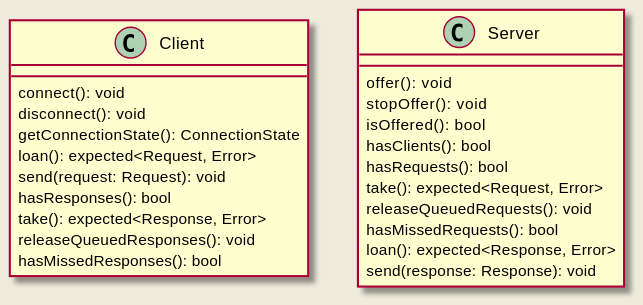
Earlier version of the PlantUML export doc/design/diagrams/request_response_typed_api.svg (eclipse-iceoryx/iceoryx). Its source is kept beside it as doc/design/diagrams/request_response_typed_api.puml.
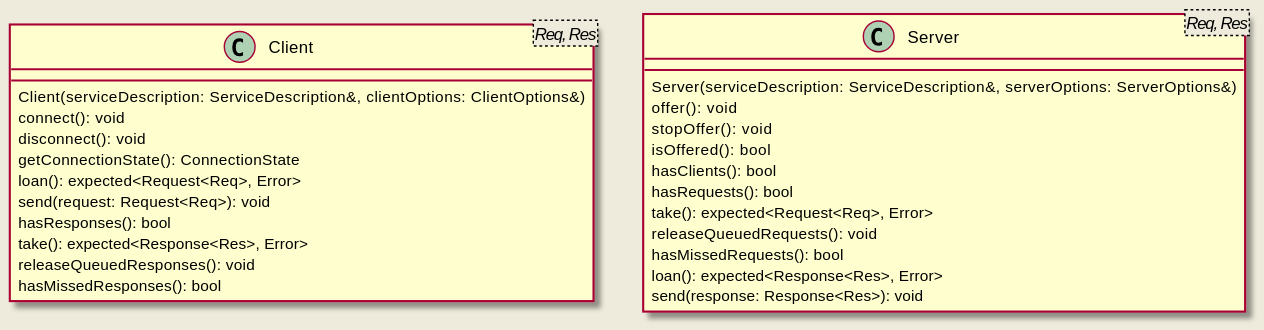
The same file after the commit.

The edit, as a diff of the source:
```diff
@@ -1,29 +1,31 @@
 @startuml
 skinparam backgroundColor #EEEBDC
 
-class Client {
+class Client<Req, Res> {
+  Client(serviceDescription: ServiceDescription&, clientOptions: ClientOptions&)
   connect(): void
   disconnect(): void
   getConnectionState(): ConnectionState
-  loan(): expected<Request, Error>
-  send(request: Request): void
+  loan(): expected<Request<Req>, Error>
+  send(request: Request<Req>): void
   hasResponses(): bool
-  take(): expected<Response, Error>
+  take(): expected<Response<Res>, Error>
   releaseQueuedResponses(): void
   hasMissedResponses(): bool
 }
 
-class Server {
+class Server<Req, Res> {
+  Server(serviceDescription: ServiceDescription&, serverOptions: ServerOptions&)
   offer(): void
   stopOffer(): void
   isOffered(): bool
   hasClients(): bool
   hasRequests(): bool
-  take(): expected<Request, Error>
+  take(): expected<Request<Req>, Error>
   releaseQueuedRequests(): void
   hasMissedRequests(): bool
-  loan(): expected<Response, Error>
-  send(response: Response): void
+  loan(): expected<Response<Res>, Error>
+  send(response: Response<Res>): void
 }
 
 @enduml
```
